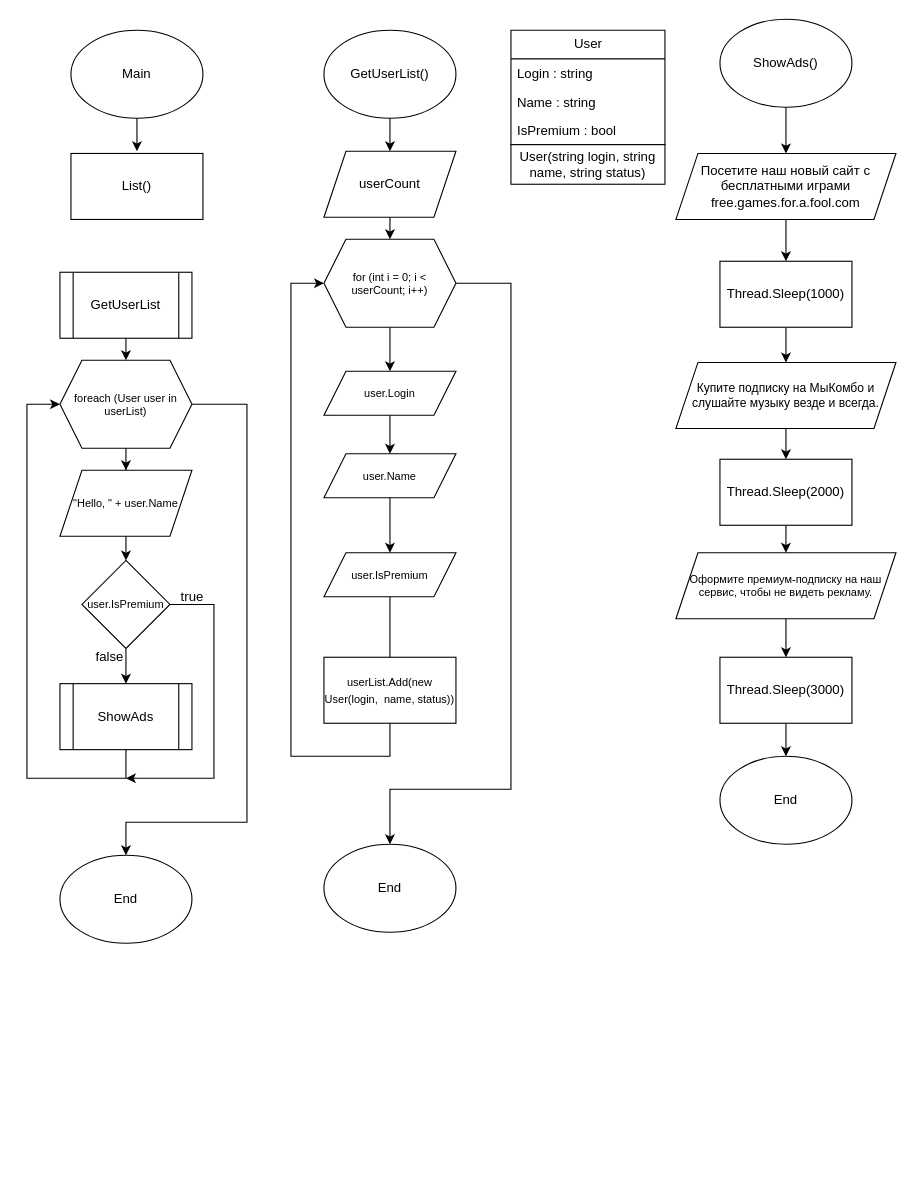
Apocatastas/SkillFactoryCSharp12Algorithms keeps this draw.io diagram as SkillFactoryCSharp12Algorithms/SkillFactoryCSharp12Algorithms.drawio. Above is the earlier version. Source tidied: cells renumbered, new cells numbered last; positions are measured from the earlier drawing's top-left corner, leaving out a move shared by most shapes. Both pictures are drawn from the tidied source at 110%, with x=0, y=0 at pixel (26, 19).
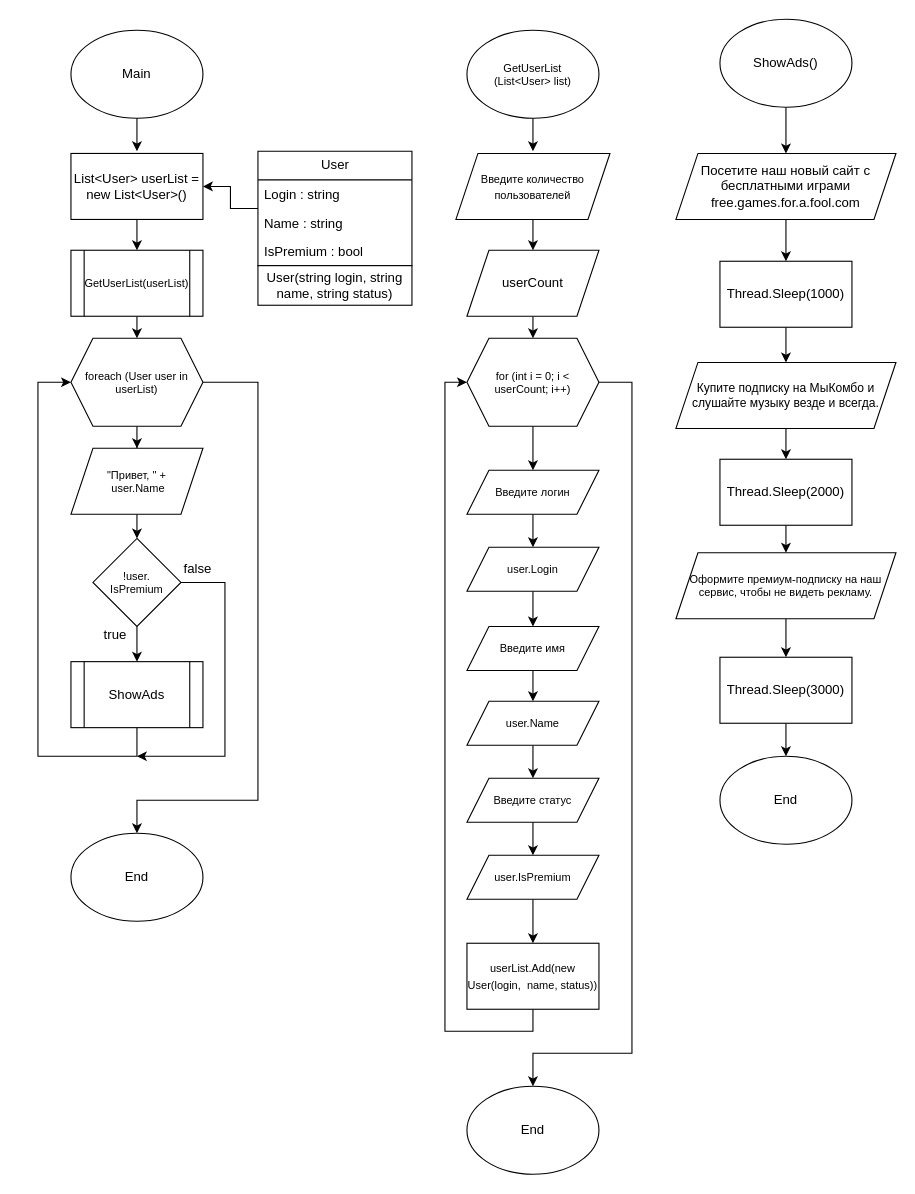
After the change.

Unchanged cells that the change refers to:
```xml
<mxCell id="50" value="User" style="swimlane;fontStyle=0;horizontal=1;startSize=26;fillColor=none;html=1;" parent="49" vertex="1">
  <mxGeometry width="140" height="104" as="geometry" />
</mxCell>
```

What changed in the source:
```diff
@@
     <mxCell id="4" value="foreach (User user in userList)" style="shape=hexagon;perimeter=hexagonPerimeter2;whiteSpace=wrap;html=1;fixedSize=1;fontSize=10;" parent="1" vertex="1">
-      <mxGeometry x="30" y="310" width="120" height="80" as="geometry" />
+      <mxGeometry x="40" y="290" width="120" height="80" as="geometry" />
     </mxCell>
@@
-    <mxCell id="6" value="user.IsPremium" style="rhombus;whiteSpace=wrap;html=1;fontSize=10;" parent="1" vertex="1">
-      <mxGeometry x="50" y="492" width="80" height="80" as="geometry" />
+    <mxCell id="6" value="!user.&lt;div&gt;IsPremium&lt;/div&gt;" style="rhombus;whiteSpace=wrap;html=1;fontSize=10;" parent="1" vertex="1">
+      <mxGeometry x="60" y="472" width="80" height="80" as="geometry" />
     </mxCell>
     <mxCell id="7" style="endArrow=classic;html=1;rounded=0;exitX=0.5;exitY=1;exitDx=0;exitDy=0;entryX=0.5;entryY=0;entryDx=0;entryDy=0;" parent="1" edge="1" target="4">
       <mxGeometry relative="1" as="geometry">
-        <mxPoint x="90" y="290" as="sourcePoint" />
+        <mxPoint x="100" y="270" as="sourcePoint" />
       </mxGeometry>
     </mxCell>
@@
     <mxCell id="9" value="End" style="ellipse;whiteSpace=wrap;html=1;" parent="1" vertex="1">
-      <mxGeometry x="30" y="760" width="120" height="80" as="geometry" />
+      <mxGeometry x="40" y="740" width="120" height="80" as="geometry" />
     </mxCell>
-    <mxCell id="10" value="GetUserList" style="shape=process;whiteSpace=wrap;html=1;backgroundOutline=1;" parent="1" vertex="1">
-      <mxGeometry x="30" y="230" width="120" height="60" as="geometry" />
+    <mxCell id="10" value="&lt;font style=&quot;font-size: 10px;&quot;&gt;GetUserList(userList)&lt;/font&gt;" style="shape=process;whiteSpace=wrap;html=1;backgroundOutline=1;" parent="1" vertex="1">
+      <mxGeometry x="40" y="210" width="120" height="60" as="geometry" />
     </mxCell>
     <mxCell id="11" value="ShowAds" style="shape=process;whiteSpace=wrap;html=1;backgroundOutline=1;" parent="1" vertex="1">
-      <mxGeometry x="30" y="604" width="120" height="60" as="geometry" />
+      <mxGeometry x="40" y="584" width="120" height="60" as="geometry" />
     </mxCell>
@@
-    <mxCell id="13" value="&quot;Hello, &quot; + user.Name" style="shape=parallelogram;perimeter=parallelogramPerimeter;whiteSpace=wrap;html=1;fixedSize=1;fontSize=10;" parent="1" vertex="1">
-      <mxGeometry x="30" y="410" width="120" height="60" as="geometry" />
+    <mxCell id="13" value="&quot;Привет, &quot; +&lt;div&gt;&amp;nbsp;user.Name&lt;/div&gt;" style="shape=parallelogram;perimeter=parallelogramPerimeter;whiteSpace=wrap;html=1;fixedSize=1;fontSize=10;" parent="1" vertex="1">
+      <mxGeometry x="40" y="390" width="120" height="60" as="geometry" />
     </mxCell>
     <mxCell id="14" value="true" style="text;html=1;align=center;verticalAlign=middle;strokeColor=none;fillColor=none;" parent="1" vertex="1">
-      <mxGeometry x="130" y="510" width="40" height="30" as="geometry" />
+      <mxGeometry x="60" y="545" width="40" height="30" as="geometry" />
     </mxCell>
     <mxCell id="15" value="false" style="text;html=1;align=center;verticalAlign=middle;strokeColor=none;fillColor=none;" parent="1" vertex="1">
-      <mxGeometry x="50" y="565" width="50" height="30" as="geometry" />
+      <mxGeometry x="130" y="485" width="50" height="30" as="geometry" />
     </mxCell>
     <mxCell id="16" style="endArrow=classic;html=1;rounded=0;exitX=0.5;exitY=1;exitDx=0;exitDy=0;entryX=0;entryY=0.5;entryDx=0;entryDy=0;" parent="1" edge="1" source="11" target="4">
       <mxGeometry relative="1" as="geometry">
         <Array as="points">
-          <mxPoint x="90" y="690" />
-          <mxPoint y="690" />
-          <mxPoint y="350" />
+          <mxPoint x="100" y="670" />
+          <mxPoint x="10" y="670" />
+          <mxPoint x="10" y="330" />
         </Array>
       </mxGeometry>
     </mxCell>
     <mxCell id="17" style="endArrow=classic;html=1;rounded=0;exitX=1;exitY=0.5;exitDx=0;exitDy=0;" parent="1" edge="1" source="6">
       <mxGeometry relative="1" as="geometry">
-        <mxPoint x="90" y="690" as="targetPoint" />
+        <mxPoint x="100" y="670" as="targetPoint" />
         <Array as="points">
-          <mxPoint x="170" y="532" />
-          <mxPoint x="170" y="690" />
+          <mxPoint x="180" y="512" />
+          <mxPoint x="180" y="670" />
         </Array>
       </mxGeometry>
     </mxCell>
     <mxCell id="18" style="endArrow=classic;html=1;rounded=0;exitX=1;exitY=0.5;exitDx=0;exitDy=0;entryX=0.5;entryY=0;entryDx=0;entryDy=0;" parent="1" edge="1" source="4" target="9">
       <mxGeometry relative="1" as="geometry">
         <Array as="points">
-          <mxPoint x="200" y="350" />
-          <mxPoint x="200" y="730" />
-          <mxPoint x="90" y="730" />
+          <mxPoint x="210" y="330" />
+          <mxPoint x="210" y="710" />
+          <mxPoint x="100" y="710" />
         </Array>
       </mxGeometry>
     </mxCell>
@@
-    <mxCell id="34" value="GetUserList()" style="ellipse;whiteSpace=wrap;html=1;" parent="1" vertex="1">
-      <mxGeometry x="270" y="10" width="120" height="80" as="geometry" />
+    <mxCell id="34" value="GetUserList&lt;div&gt;(List&amp;lt;User&amp;gt; list)&lt;/div&gt;" style="ellipse;whiteSpace=wrap;html=1;fontSize=10;" parent="1" vertex="1">
+      <mxGeometry x="400" y="10" width="120" height="80" as="geometry" />
     </mxCell>
-    <mxCell id="35" style="edgeStyle=orthogonalEdgeStyle;rounded=0;jettySize=auto;html=1;" parent="1" edge="1" source="36" target="41">
-      <mxGeometry relative="1" as="geometry" />
-    </mxCell>
+    <mxCell id="56" style="edgeStyle=orthogonalEdgeStyle;rounded=0;jettySize=auto;html=1;" parent="1" edge="1" source="36" target="66">
+      <mxGeometry relative="1" as="geometry" />
+    </mxCell>
     <mxCell id="36" value="for (int i = 0; i &amp;lt; userCount; i++)" style="shape=hexagon;perimeter=hexagonPerimeter2;whiteSpace=wrap;html=1;fixedSize=1;fontSize=10;" parent="1" vertex="1">
-      <mxGeometry x="270" y="200" width="120" height="80" as="geometry" />
+      <mxGeometry x="400" y="290" width="120" height="80" as="geometry" />
     </mxCell>
     <mxCell id="37" style="endArrow=classic;html=1;rounded=0;exitX=0.5;exitY=1;exitDx=0;exitDy=0;entryX=0.5;entryY=0;entryDx=0;entryDy=0;" parent="1" edge="1" target="36">
       <mxGeometry relative="1" as="geometry">
-        <mxPoint x="330" y="180" as="sourcePoint" />
+        <mxPoint x="460" y="270" as="sourcePoint" />
       </mxGeometry>
     </mxCell>
     <mxCell id="38" style="endArrow=classic;html=1;rounded=0;exitX=0.5;exitY=1;exitDx=0;exitDy=0;entryX=0.5;entryY=0;entryDx=0;entryDy=0;" parent="1" edge="1" source="34">
       <mxGeometry relative="1" as="geometry">
-        <mxPoint x="330" y="120" as="targetPoint" />
+        <mxPoint x="460" y="120" as="targetPoint" />
       </mxGeometry>
     </mxCell>
     <mxCell id="39" value="End" style="ellipse;whiteSpace=wrap;html=1;" parent="1" vertex="1">
-      <mxGeometry x="270" y="750" width="120" height="80" as="geometry" />
+      <mxGeometry x="400" y="970" width="120" height="80" as="geometry" />
     </mxCell>
-    <mxCell id="40" style="edgeStyle=orthogonalEdgeStyle;rounded=0;jettySize=auto;html=1;" parent="1" edge="1" source="41" target="47">
-      <mxGeometry relative="1" as="geometry" />
-    </mxCell>
+    <mxCell id="57" style="edgeStyle=orthogonalEdgeStyle;rounded=0;jettySize=auto;html=1;" parent="1" edge="1" source="41" target="68">
+      <mxGeometry relative="1" as="geometry" />
+    </mxCell>
     <mxCell id="41" value="user.Login" style="shape=parallelogram;perimeter=parallelogramPerimeter;whiteSpace=wrap;html=1;fixedSize=1;fontSize=10;" parent="1" vertex="1">
-      <mxGeometry x="270" y="320" width="120" height="40" as="geometry" />
+      <mxGeometry x="400" y="480" width="120" height="40" as="geometry" />
     </mxCell>
-    <mxCell id="42" style="endArrow=classic;html=1;rounded=0;exitX=0.5;exitY=1;exitDx=0;exitDy=0;entryX=0;entryY=0.5;entryDx=0;entryDy=0;" parent="1" edge="1" source="48" target="36">
-      <mxGeometry relative="1" as="geometry">
-        <Array as="points">
-          <mxPoint x="330" y="670" />
-          <mxPoint x="240" y="670" />
-          <mxPoint x="240" y="240" />
-        </Array>
-      </mxGeometry>
-    </mxCell>
     <mxCell id="43" style="endArrow=classic;html=1;rounded=0;exitX=1;exitY=0.5;exitDx=0;exitDy=0;entryX=0.5;entryY=0;entryDx=0;entryDy=0;" parent="1" edge="1" source="36" target="39">
       <mxGeometry relative="1" as="geometry">
         <Array as="points">
-          <mxPoint x="440" y="240" />
-          <mxPoint x="440" y="700" />
-          <mxPoint x="330" y="700" />
+          <mxPoint x="550" y="330" />
+          <mxPoint x="550" y="940" />
+          <mxPoint x="460" y="940" />
         </Array>
       </mxGeometry>
     </mxCell>
     <mxCell id="44" value="userCount" style="shape=parallelogram;perimeter=parallelogramPerimeter;whiteSpace=wrap;html=1;fixedSize=1;" parent="1" vertex="1">
-      <mxGeometry x="270" y="120" width="120" height="60" as="geometry" />
+      <mxGeometry x="400" y="210" width="120" height="60" as="geometry" />
     </mxCell>
+    <mxCell id="58" style="edgeStyle=orthogonalEdgeStyle;rounded=0;jettySize=auto;html=1;exitX=0.5;exitY=1;exitDx=0;exitDy=0;entryX=0;entryY=0.5;entryDx=0;entryDy=0;" parent="1" edge="1" source="45" target="36">
+      <mxGeometry relative="1" as="geometry" />
+    </mxCell>
     <mxCell id="45" value="&lt;span style=&quot;font-size: 10px;&quot;&gt;userList.Add(new User(login, &amp;nbsp;name, status))&lt;/span&gt;" style="rounded=0;whiteSpace=wrap;html=1;" parent="1" vertex="1">
-      <mxGeometry x="270" y="580" width="120" height="60" as="geometry" />
+      <mxGeometry x="400" y="840" width="120" height="60" as="geometry" />
     </mxCell>
-    <mxCell id="46" style="edgeStyle=orthogonalEdgeStyle;rounded=0;jettySize=auto;html=1;" parent="1" edge="1" source="47" target="48">
-      <mxGeometry relative="1" as="geometry" />
-    </mxCell>
+    <mxCell id="59" style="edgeStyle=orthogonalEdgeStyle;rounded=0;jettySize=auto;html=1;" parent="1" edge="1" source="47" target="70">
+      <mxGeometry relative="1" as="geometry" />
+    </mxCell>
     <mxCell id="47" value="user.Name" style="shape=parallelogram;perimeter=parallelogramPerimeter;whiteSpace=wrap;html=1;fixedSize=1;fontSize=10;" parent="1" vertex="1">
-      <mxGeometry x="270" y="395" width="120" height="40" as="geometry" />
+      <mxGeometry x="400" y="620" width="120" height="40" as="geometry" />
     </mxCell>
+    <mxCell id="60" style="edgeStyle=orthogonalEdgeStyle;rounded=0;jettySize=auto;html=1;" parent="1" edge="1" source="48" target="45">
+      <mxGeometry relative="1" as="geometry" />
+    </mxCell>
     <mxCell id="48" value="user.IsPremium" style="shape=parallelogram;perimeter=parallelogramPerimeter;whiteSpace=wrap;html=1;fixedSize=1;fontSize=10;" parent="1" vertex="1">
-      <mxGeometry x="270" y="485" width="120" height="40" as="geometry" />
+      <mxGeometry x="400" y="760" width="120" height="40" as="geometry" />
     </mxCell>
     <mxCell id="49" style="group;" parent="1" vertex="1">
-      <mxGeometry x="440" y="10" width="140" height="140" as="geometry" />
+      <mxGeometry x="210" y="120" width="140" height="140" as="geometry" />
     </mxCell>
@@
+    <mxCell id="61" style="edgeStyle=orthogonalEdgeStyle;rounded=0;jettySize=auto;html=1;" parent="1" edge="1" source="55" target="10">
+      <mxGeometry relative="1" as="geometry" />
+    </mxCell>
-    <mxCell id="55" value="List()" style="rounded=0;whiteSpace=wrap;html=1;" parent="1" vertex="1">
+    <mxCell id="55" value="List&amp;lt;User&amp;gt; userList = new List&amp;lt;User&amp;gt;()" style="rounded=0;whiteSpace=wrap;html=1;" parent="1" vertex="1">
       <mxGeometry x="40" y="122" width="120" height="60" as="geometry" />
     </mxCell>
+    <mxCell id="62" style="edgeStyle=orthogonalEdgeStyle;rounded=0;jettySize=auto;html=1;" parent="1" edge="1" source="63" target="44">
+      <mxGeometry relative="1" as="geometry" />
+    </mxCell>
+    <mxCell id="63" value="&lt;font style=&quot;font-size: 10px;&quot;&gt;Введите количество пользователей&lt;/font&gt;" style="shape=parallelogram;perimeter=parallelogramPerimeter;whiteSpace=wrap;html=1;fixedSize=1;" parent="1" vertex="1">
+      <mxGeometry x="390" y="122" width="140" height="60" as="geometry" />
+    </mxCell>
+    <mxCell id="64" style="edgeStyle=orthogonalEdgeStyle;rounded=0;jettySize=auto;html=1;" parent="1" edge="1" source="50" target="55">
+      <mxGeometry relative="1" as="geometry" />
+    </mxCell>
+    <mxCell id="65" style="edgeStyle=orthogonalEdgeStyle;rounded=0;jettySize=auto;html=1;" parent="1" edge="1" source="66" target="41">
+      <mxGeometry relative="1" as="geometry" />
+    </mxCell>
+    <mxCell id="66" value="Введите логин" style="shape=parallelogram;perimeter=parallelogramPerimeter;whiteSpace=wrap;html=1;fixedSize=1;fontSize=10;" parent="1" vertex="1">
+      <mxGeometry x="400" y="410" width="120" height="40" as="geometry" />
+    </mxCell>
+    <mxCell id="67" style="edgeStyle=orthogonalEdgeStyle;rounded=0;jettySize=auto;html=1;" parent="1" edge="1" source="68" target="47">
+      <mxGeometry relative="1" as="geometry" />
+    </mxCell>
+    <mxCell id="68" value="Введите имя" style="shape=parallelogram;perimeter=parallelogramPerimeter;whiteSpace=wrap;html=1;fixedSize=1;fontSize=10;" parent="1" vertex="1">
+      <mxGeometry x="400" y="552" width="120" height="40" as="geometry" />
+    </mxCell>
+    <mxCell id="69" style="edgeStyle=orthogonalEdgeStyle;rounded=0;jettySize=auto;html=1;" parent="1" edge="1" source="70" target="48">
+      <mxGeometry relative="1" as="geometry" />
+    </mxCell>
+    <mxCell id="70" value="Введите статус" style="shape=parallelogram;perimeter=parallelogramPerimeter;whiteSpace=wrap;html=1;fixedSize=1;fontSize=10;" parent="1" vertex="1">
+      <mxGeometry x="400" y="690" width="120" height="40" as="geometry" />
+    </mxCell>
```
